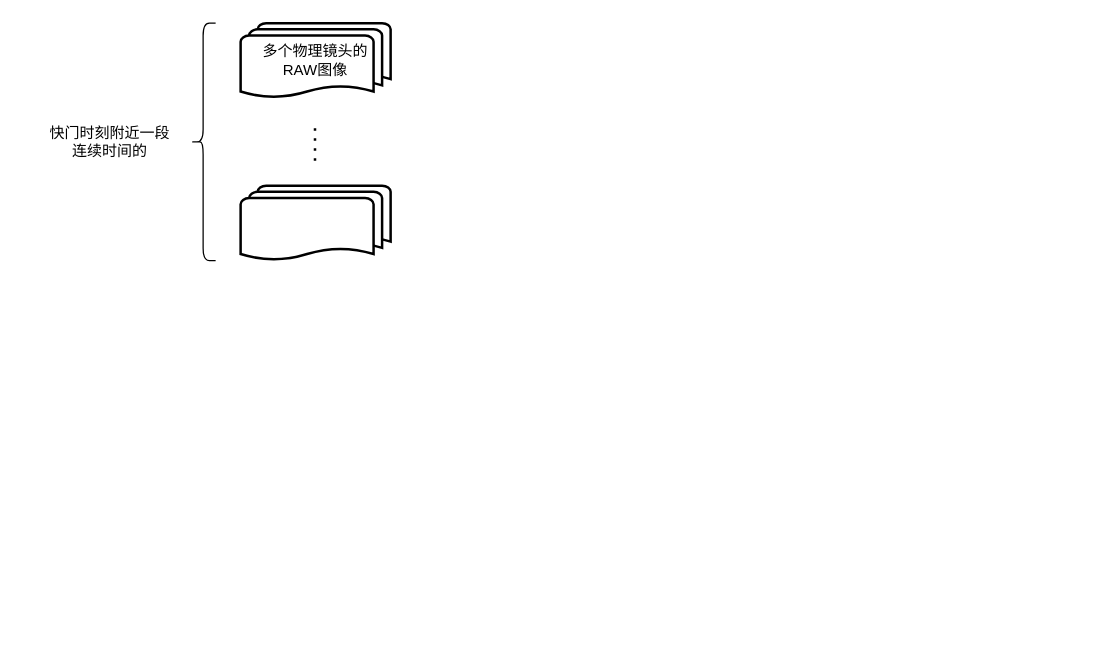
Earlier version of the draw.io diagram compute_graph.drawio (ForsakenLi/draw.io). Source tidied: cells renumbered, new cells numbered last; positions are measured from the earlier drawing's top-left corner, leaving out a move shared by most shapes. Both pictures are drawn from the tidied source at 125%, with x=0, y=0 at pixel (34, 22).
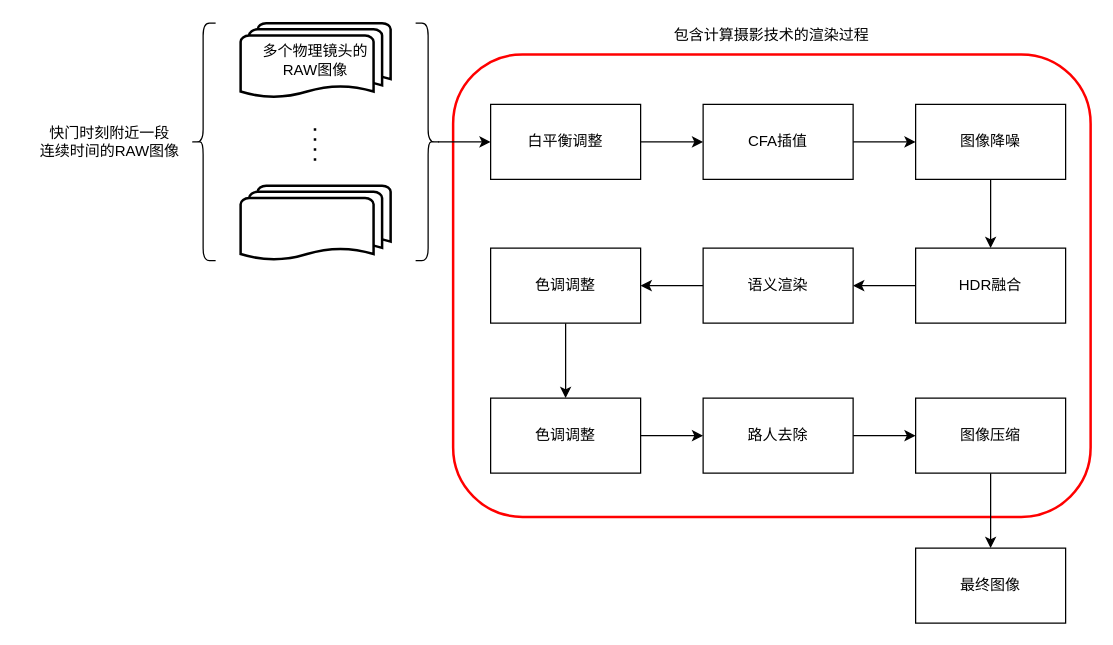
The same diagram, later.

What changed in the source:
```diff
@@
+    <mxCell id="7" style="rounded=1;whiteSpace=wrap;html=1;strokeColor=#FF0000;strokeWidth=2;" parent="1" vertex="1">
+      <mxGeometry x="335" y="25" width="510" height="370" as="geometry" />
+    </mxCell>
@@
-    <mxCell id="6" value="快门时刻附近一段&lt;br&gt;连续时间的" style="text;html=1;align=center;verticalAlign=middle;strokeColor=none;fillColor=none;" parent="1" vertex="1">
-      <mxGeometry y="75" width="120" height="40" as="geometry" />
+    <mxCell id="6" value="快门时刻附近一段&lt;br&gt;连续时间的RAW图像" style="text;html=1;align=center;verticalAlign=middle;strokeColor=none;fillColor=none;" parent="1" vertex="1">
+      <mxGeometry x="-10" y="75" width="140" height="40" as="geometry" />
     </mxCell>
+    <mxCell id="8" style="edgeStyle=orthogonalEdgeStyle;rounded=0;jettySize=auto;html=1;exitX=0.1;exitY=0.5;exitDx=0;exitDy=0;exitPerimeter=0;entryX=0;entryY=0.5;entryDx=0;entryDy=0;" parent="1" edge="1" source="9" target="11">
+      <mxGeometry relative="1" as="geometry" />
+    </mxCell>
+    <mxCell id="9" style="shape=curlyBracket;whiteSpace=wrap;html=1;rounded=1;flipH=1;" parent="1" vertex="1">
+      <mxGeometry x="305" width="20" height="190" as="geometry" />
+    </mxCell>
+    <mxCell id="10" style="edgeStyle=orthogonalEdgeStyle;rounded=0;jettySize=auto;html=1;" parent="1" edge="1" source="11" target="13">
+      <mxGeometry relative="1" as="geometry" />
+    </mxCell>
+    <mxCell id="11" value="白平衡调整" style="rounded=0;whiteSpace=wrap;html=1;" parent="1" vertex="1">
+      <mxGeometry x="365" y="65" width="120" height="60" as="geometry" />
+    </mxCell>
+    <mxCell id="12" style="edgeStyle=orthogonalEdgeStyle;rounded=0;jettySize=auto;html=1;" parent="1" edge="1" source="13" target="15">
+      <mxGeometry relative="1" as="geometry" />
+    </mxCell>
+    <mxCell id="13" value="CFA插值" style="whiteSpace=wrap;html=1;rounded=0;" parent="1" vertex="1">
+      <mxGeometry x="535" y="65" width="120" height="60" as="geometry" />
+    </mxCell>
+    <mxCell id="14" style="edgeStyle=orthogonalEdgeStyle;rounded=0;jettySize=auto;html=1;" parent="1" edge="1" source="15" target="17">
+      <mxGeometry relative="1" as="geometry" />
+    </mxCell>
+    <mxCell id="15" value="图像降噪" style="whiteSpace=wrap;html=1;rounded=0;" parent="1" vertex="1">
+      <mxGeometry x="705" y="65" width="120" height="60" as="geometry" />
+    </mxCell>
+    <mxCell id="16" style="edgeStyle=orthogonalEdgeStyle;rounded=0;jettySize=auto;html=1;" parent="1" edge="1" source="17" target="19">
+      <mxGeometry relative="1" as="geometry" />
+    </mxCell>
+    <mxCell id="17" value="HDR融合" style="whiteSpace=wrap;html=1;rounded=0;" parent="1" vertex="1">
+      <mxGeometry x="705" y="180" width="120" height="60" as="geometry" />
+    </mxCell>
+    <mxCell id="18" style="edgeStyle=orthogonalEdgeStyle;rounded=0;jettySize=auto;html=1;" parent="1" edge="1" source="19" target="21">
+      <mxGeometry relative="1" as="geometry" />
+    </mxCell>
+    <mxCell id="19" value="语义渲染" style="whiteSpace=wrap;html=1;rounded=0;" parent="1" vertex="1">
+      <mxGeometry x="535" y="180" width="120" height="60" as="geometry" />
+    </mxCell>
+    <mxCell id="20" style="edgeStyle=orthogonalEdgeStyle;rounded=0;jettySize=auto;html=1;" parent="1" edge="1" source="21" target="23">
+      <mxGeometry relative="1" as="geometry" />
+    </mxCell>
+    <mxCell id="21" value="色调调整" style="whiteSpace=wrap;html=1;rounded=0;" parent="1" vertex="1">
+      <mxGeometry x="365" y="180" width="120" height="60" as="geometry" />
+    </mxCell>
+    <mxCell id="22" style="edgeStyle=orthogonalEdgeStyle;rounded=0;jettySize=auto;html=1;" parent="1" edge="1" source="23" target="25">
+      <mxGeometry relative="1" as="geometry" />
+    </mxCell>
+    <mxCell id="23" value="色调调整" style="whiteSpace=wrap;html=1;rounded=0;" parent="1" vertex="1">
+      <mxGeometry x="365" y="300" width="120" height="60" as="geometry" />
+    </mxCell>
+    <mxCell id="24" style="edgeStyle=orthogonalEdgeStyle;rounded=0;jettySize=auto;html=1;" parent="1" edge="1" source="25" target="27">
+      <mxGeometry relative="1" as="geometry" />
+    </mxCell>
+    <mxCell id="25" value="路人去除" style="whiteSpace=wrap;html=1;rounded=0;" parent="1" vertex="1">
+      <mxGeometry x="535" y="300" width="120" height="60" as="geometry" />
+    </mxCell>
+    <mxCell id="26" style="edgeStyle=orthogonalEdgeStyle;rounded=0;jettySize=auto;html=1;" parent="1" edge="1" source="27" target="29">
+      <mxGeometry relative="1" as="geometry" />
+    </mxCell>
+    <mxCell id="27" value="图像压缩" style="whiteSpace=wrap;html=1;rounded=0;" parent="1" vertex="1">
+      <mxGeometry x="705" y="300" width="120" height="60" as="geometry" />
+    </mxCell>
+    <mxCell id="28" value="包含计算摄影技术的渲染过程" style="text;html=1;strokeColor=none;fillColor=none;align=center;verticalAlign=middle;whiteSpace=wrap;overflow=hidden;strokeWidth=2;" parent="1" vertex="1">
+      <mxGeometry x="510" width="160" height="20" as="geometry" />
+    </mxCell>
+    <mxCell id="29" value="最终图像" style="whiteSpace=wrap;html=1;rounded=0;" parent="1" vertex="1">
+      <mxGeometry x="705" y="420" width="120" height="60" as="geometry" />
+    </mxCell>
```
